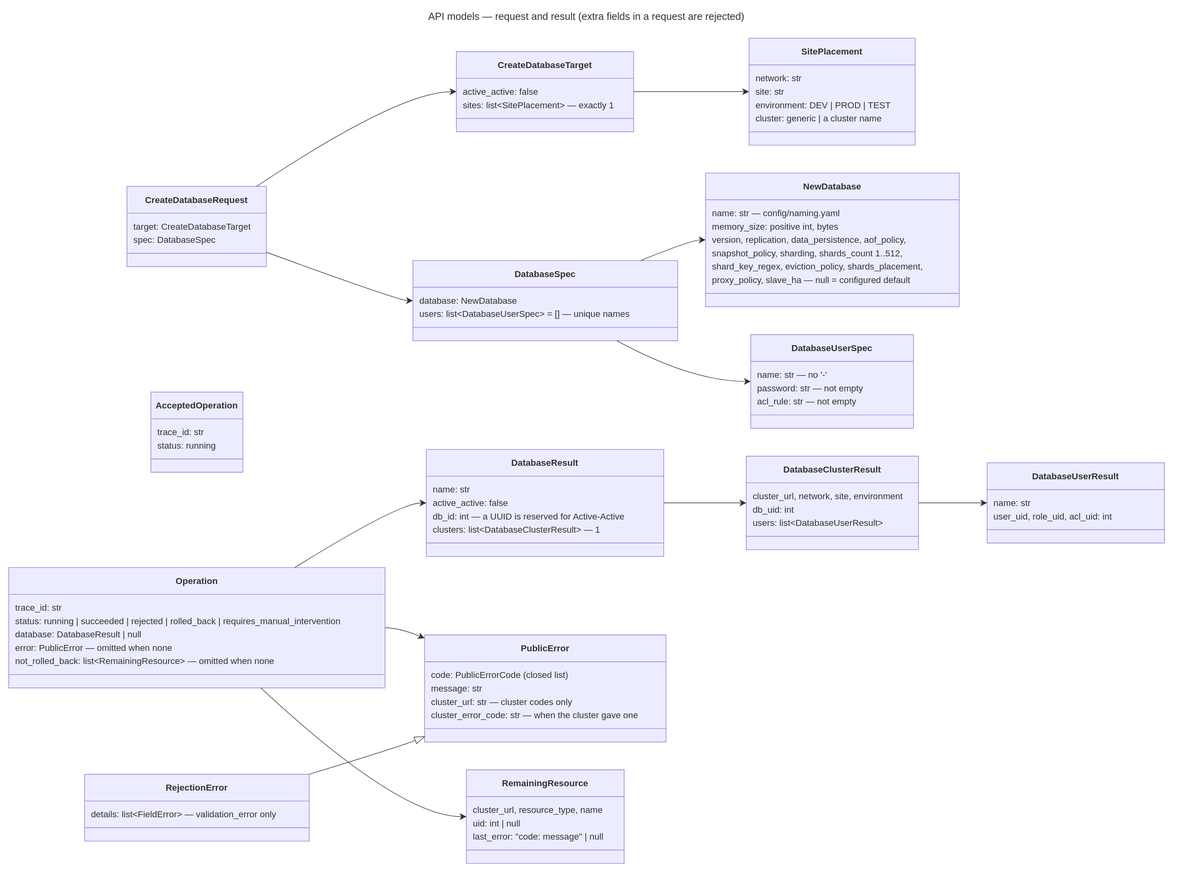
The draw.io diagram docs/diagrams/19-api-models-create.drawio.svg in EliShteinman/redis-enterprise-services, before a commit. Source tidied: cells renumbered, new cells last; positions are measured from the earlier drawing's top-left corner, leaving out a move shared by most shapes.
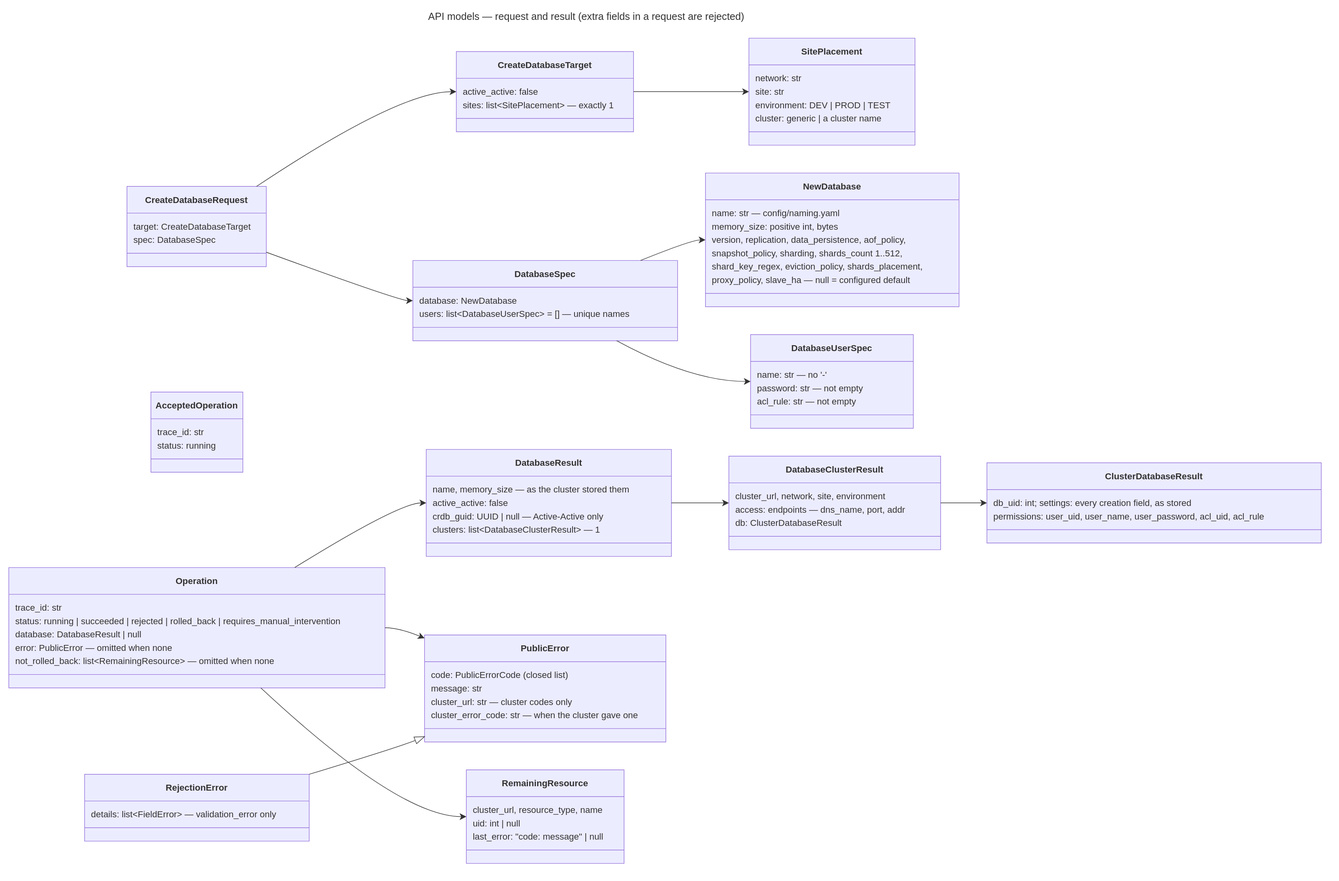
After the commit.

Commit message:
docs: whole-object cluster calls; diagrams for the result tree and the read-back step

The edit, as a diff of the source:
```diff
@@ -129,49 +129,49 @@
       <mxGeometry y="180" width="675" height="24" as="geometry" />
     </mxCell>
     <mxCell id="44" value="&lt;b&gt;DatabaseResult&lt;/b&gt;" style="swimlane;html=1;fontStyle=1;fontSize=16;align=center;verticalAlign=middle;horizontal=1;startSize=48;swimlaneFillColor=light-dark(#ECECFF,#1f2020);whiteSpace=wrap;fillColor=light-dark(#ECECFF,#1f2020);strokeColor=light-dark(#9370DB,#cccccc);fontColor=light-dark(#333333,#cccccc);fontFamily=Trebuchet MS,Verdana,Arial,sans-serif;" parent="1" vertex="1">
-      <mxGeometry x="749" y="791" width="426" height="192" as="geometry" />
+      <mxGeometry x="749" y="791" width="440" height="192" as="geometry" />
     </mxCell>
-    <mxCell id="45" value="name: str" style="text;fontSize=16;strokeColor=none;fillColor=none;align=left;verticalAlign=middle;spacingLeft=10;spacingRight=12;spacingBottom=2;overflow=hidden;fontFamily=Trebuchet MS,Verdana,Arial,sans-serif;fontColor=light-dark(#333333,#cccccc);" parent="44" vertex="1">
-      <mxGeometry y="60" width="426" height="24" as="geometry" />
+    <mxCell id="45" value="name, memory_size — as the cluster stored them" style="text;fontSize=16;strokeColor=none;fillColor=none;align=left;verticalAlign=middle;spacingLeft=10;spacingRight=12;spacingBottom=2;overflow=hidden;fontFamily=Trebuchet MS,Verdana,Arial,sans-serif;fontColor=light-dark(#333333,#cccccc);" parent="44" vertex="1">
+      <mxGeometry y="60" width="440" height="24" as="geometry" />
     </mxCell>
     <mxCell id="46" value="active_active: false" style="text;fontSize=16;strokeColor=none;fillColor=none;align=left;verticalAlign=middle;spacingLeft=10;spacingRight=12;spacingBottom=2;overflow=hidden;fontFamily=Trebuchet MS,Verdana,Arial,sans-serif;fontColor=light-dark(#333333,#cccccc);" parent="44" vertex="1">
-      <mxGeometry y="84" width="426" height="24" as="geometry" />
+      <mxGeometry y="84" width="440" height="24" as="geometry" />
     </mxCell>
-    <mxCell id="47" value="db_id: int — a UUID is reserved for Active-Active" style="text;fontSize=16;strokeColor=none;fillColor=none;align=left;verticalAlign=middle;spacingLeft=10;spacingRight=12;spacingBottom=2;overflow=hidden;fontFamily=Trebuchet MS,Verdana,Arial,sans-serif;fontColor=light-dark(#333333,#cccccc);" parent="44" vertex="1">
-      <mxGeometry y="108" width="426" height="24" as="geometry" />
+    <mxCell id="47" value="crdb_guid: UUID | null — Active-Active only" style="text;fontSize=16;strokeColor=none;fillColor=none;align=left;verticalAlign=middle;spacingLeft=10;spacingRight=12;spacingBottom=2;overflow=hidden;fontFamily=Trebuchet MS,Verdana,Arial,sans-serif;fontColor=light-dark(#333333,#cccccc);" parent="44" vertex="1">
+      <mxGeometry y="108" width="440" height="24" as="geometry" />
     </mxCell>
     <mxCell id="48" value="clusters: list&lt;DatabaseClusterResult&gt; — 1" style="text;fontSize=16;strokeColor=none;fillColor=none;align=left;verticalAlign=middle;spacingLeft=10;spacingRight=12;spacingBottom=2;overflow=hidden;fontFamily=Trebuchet MS,Verdana,Arial,sans-serif;fontColor=light-dark(#333333,#cccccc);" parent="44" vertex="1">
-      <mxGeometry y="132" width="426" height="24" as="geometry" />
+      <mxGeometry y="132" width="440" height="24" as="geometry" />
     </mxCell>
     <mxCell id="49" style="line;strokeWidth=1;fillColor=none;spacingLeft=3;spacingRight=3;strokeColor=inherit;" parent="44" vertex="1">
-      <mxGeometry y="156" width="426" height="24" as="geometry" />
+      <mxGeometry y="156" width="440" height="24" as="geometry" />
     </mxCell>
     <mxCell id="50" value="&lt;b&gt;DatabaseClusterResult&lt;/b&gt;" style="swimlane;html=1;fontStyle=1;fontSize=16;align=center;verticalAlign=middle;horizontal=1;startSize=48;swimlaneFillColor=light-dark(#ECECFF,#1f2020);whiteSpace=wrap;fillColor=light-dark(#ECECFF,#1f2020);strokeColor=light-dark(#9370DB,#cccccc);fontColor=light-dark(#333333,#cccccc);fontFamily=Trebuchet MS,Verdana,Arial,sans-serif;" parent="1" vertex="1">
-      <mxGeometry x="1323" y="803" width="309" height="168" as="geometry" />
+      <mxGeometry x="1292" y="803" width="380" height="168" as="geometry" />
     </mxCell>
     <mxCell id="51" value="cluster_url, network, site, environment" style="text;fontSize=16;strokeColor=none;fillColor=none;align=left;verticalAlign=middle;spacingLeft=10;spacingRight=12;spacingBottom=2;overflow=hidden;fontFamily=Trebuchet MS,Verdana,Arial,sans-serif;fontColor=light-dark(#333333,#cccccc);" parent="50" vertex="1">
-      <mxGeometry y="60" width="309" height="24" as="geometry" />
+      <mxGeometry y="60" width="380" height="24" as="geometry" />
     </mxCell>
-    <mxCell id="52" value="db_uid: int" style="text;fontSize=16;strokeColor=none;fillColor=none;align=left;verticalAlign=middle;spacingLeft=10;spacingRight=12;spacingBottom=2;overflow=hidden;fontFamily=Trebuchet MS,Verdana,Arial,sans-serif;fontColor=light-dark(#333333,#cccccc);" parent="50" vertex="1">
-      <mxGeometry y="84" width="309" height="24" as="geometry" />
+    <mxCell id="52" value="access: endpoints — dns_name, port, addr" style="text;fontSize=16;strokeColor=none;fillColor=none;align=left;verticalAlign=middle;spacingLeft=10;spacingRight=12;spacingBottom=2;overflow=hidden;fontFamily=Trebuchet MS,Verdana,Arial,sans-serif;fontColor=light-dark(#333333,#cccccc);" parent="50" vertex="1">
+      <mxGeometry y="84" width="380" height="24" as="geometry" />
     </mxCell>
-    <mxCell id="53" value="users: list&lt;DatabaseUserResult&gt;" style="text;fontSize=16;strokeColor=none;fillColor=none;align=left;verticalAlign=middle;spacingLeft=10;spacingRight=12;spacingBottom=2;overflow=hidden;fontFamily=Trebuchet MS,Verdana,Arial,sans-serif;fontColor=light-dark(#333333,#cccccc);" parent="50" vertex="1">
-      <mxGeometry y="108" width="309" height="24" as="geometry" />
+    <mxCell id="53" value="db: ClusterDatabaseResult" style="text;fontSize=16;strokeColor=none;fillColor=none;align=left;verticalAlign=middle;spacingLeft=10;spacingRight=12;spacingBottom=2;overflow=hidden;fontFamily=Trebuchet MS,Verdana,Arial,sans-serif;fontColor=light-dark(#333333,#cccccc);" parent="50" vertex="1">
+      <mxGeometry y="108" width="380" height="24" as="geometry" />
     </mxCell>
     <mxCell id="54" style="line;strokeWidth=1;fillColor=none;spacingLeft=3;spacingRight=3;strokeColor=inherit;" parent="50" vertex="1">
-      <mxGeometry y="132" width="309" height="24" as="geometry" />
+      <mxGeometry y="132" width="380" height="24" as="geometry" />
     </mxCell>
-    <mxCell id="55" value="&lt;b&gt;DatabaseUserResult&lt;/b&gt;" style="swimlane;html=1;fontStyle=1;fontSize=16;align=center;verticalAlign=middle;horizontal=1;startSize=48;swimlaneFillColor=light-dark(#ECECFF,#1f2020);whiteSpace=wrap;fillColor=light-dark(#ECECFF,#1f2020);strokeColor=light-dark(#9370DB,#cccccc);fontColor=light-dark(#333333,#cccccc);fontFamily=Trebuchet MS,Verdana,Arial,sans-serif;" parent="1" vertex="1">
-      <mxGeometry x="1755" y="815" width="318" height="144" as="geometry" />
+    <mxCell id="55" value="&lt;b&gt;ClusterDatabaseResult&lt;/b&gt;" style="swimlane;html=1;fontStyle=1;fontSize=16;align=center;verticalAlign=middle;horizontal=1;startSize=48;swimlaneFillColor=light-dark(#ECECFF,#1f2020);whiteSpace=wrap;fillColor=light-dark(#ECECFF,#1f2020);strokeColor=light-dark(#9370DB,#cccccc);fontColor=light-dark(#333333,#cccccc);fontFamily=Trebuchet MS,Verdana,Arial,sans-serif;" parent="1" vertex="1">
+      <mxGeometry x="1755" y="815" width="600" height="144" as="geometry" />
     </mxCell>
-    <mxCell id="56" value="name: str" style="text;fontSize=16;strokeColor=none;fillColor=none;align=left;verticalAlign=middle;spacingLeft=10;spacingRight=12;spacingBottom=2;overflow=hidden;fontFamily=Trebuchet MS,Verdana,Arial,sans-serif;fontColor=light-dark(#333333,#cccccc);" parent="55" vertex="1">
-      <mxGeometry y="60" width="318" height="24" as="geometry" />
+    <mxCell id="56" value="db_uid: int; settings: every creation field, as stored" style="text;fontSize=16;strokeColor=none;fillColor=none;align=left;verticalAlign=middle;spacingLeft=10;spacingRight=12;spacingBottom=2;overflow=hidden;fontFamily=Trebuchet MS,Verdana,Arial,sans-serif;fontColor=light-dark(#333333,#cccccc);" parent="55" vertex="1">
+      <mxGeometry y="60" width="600" height="24" as="geometry" />
     </mxCell>
-    <mxCell id="57" value="user_uid, role_uid, acl_uid: int" style="text;fontSize=16;strokeColor=none;fillColor=none;align=left;verticalAlign=middle;spacingLeft=10;spacingRight=12;spacingBottom=2;overflow=hidden;fontFamily=Trebuchet MS,Verdana,Arial,sans-serif;fontColor=light-dark(#333333,#cccccc);" parent="55" vertex="1">
-      <mxGeometry y="84" width="318" height="24" as="geometry" />
+    <mxCell id="57" value="permissions: user_uid, user_name, user_password, acl_uid, acl_rule" style="text;fontSize=16;strokeColor=none;fillColor=none;align=left;verticalAlign=middle;spacingLeft=10;spacingRight=12;spacingBottom=2;overflow=hidden;fontFamily=Trebuchet MS,Verdana,Arial,sans-serif;fontColor=light-dark(#333333,#cccccc);" parent="55" vertex="1">
+      <mxGeometry y="84" width="600" height="24" as="geometry" />
     </mxCell>
     <mxCell id="58" style="line;strokeWidth=1;fillColor=none;spacingLeft=3;spacingRight=3;strokeColor=inherit;" parent="55" vertex="1">
-      <mxGeometry y="108" width="318" height="24" as="geometry" />
+      <mxGeometry y="108" width="600" height="24" as="geometry" />
     </mxCell>
     <mxCell id="59" value="&lt;b&gt;PublicError&lt;/b&gt;" style="swimlane;html=1;fontStyle=1;fontSize=16;align=center;verticalAlign=middle;horizontal=1;startSize=48;swimlaneFillColor=light-dark(#ECECFF,#1f2020);whiteSpace=wrap;fillColor=light-dark(#ECECFF,#1f2020);strokeColor=light-dark(#9370DB,#cccccc);fontColor=light-dark(#333333,#cccccc);fontFamily=Trebuchet MS,Verdana,Arial,sans-serif;" parent="1" vertex="1">
       <mxGeometry x="746" y="1124" width="433" height="192" as="geometry" />
```
